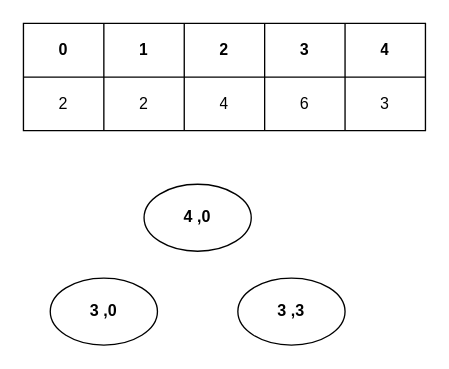
The draw.io diagram 0-1背包问题.drawio in ChrisFynnWang/algorithm, before the edit. Source tidied: cells renumbered, new cells numbered last; positions are measured from the earlier drawing's top-left corner, leaving out a move shared by most shapes. Both pictures are drawn from the tidied source at 134%, with x=0, y=0 at pixel (23, 23).
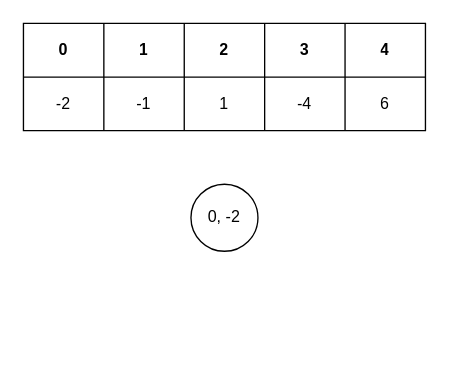
Above is the later version.

Commit message:
更新0-1背包问题.drawio

Diff of the diagram source:
```diff
@@
 <mxGraphModel>
   <root>
     <mxCell id="0" />
     <mxCell id="1" parent="0" />
     <mxCell id="2" style="shape=table;startSize=0;childLayout=tableLayout;" parent="1" vertex="1">
       <mxGeometry width="300" height="80" as="geometry" />
     </mxCell>
     <mxCell id="3" style="shape=tableRow;horizontal=0;startSize=0;swimlaneHead=0;swimlaneBody=0;top=0;left=0;bottom=0;right=0;fillColor=none;" parent="2" vertex="1">
       <mxGeometry width="300" height="40" as="geometry" />
     </mxCell>
     <mxCell id="4" value="0" style="shape=partialRectangle;html=1;whiteSpace=wrap;overflow=hidden;fillColor=none;top=0;left=0;bottom=0;right=0;fontStyle=1;" parent="3" vertex="1">
       <mxGeometry width="60" height="40" as="geometry" />
     </mxCell>
     <mxCell id="5" value="1" style="shape=partialRectangle;html=1;whiteSpace=wrap;overflow=hidden;fillColor=none;top=0;left=0;bottom=0;right=0;fontStyle=1;" parent="3" vertex="1">
       <mxGeometry x="60" width="60" height="40" as="geometry" />
     </mxCell>
     <mxCell id="6" value="2" style="shape=partialRectangle;html=1;whiteSpace=wrap;overflow=hidden;fillColor=none;top=0;left=0;bottom=0;right=0;fontStyle=1;" parent="3" vertex="1">
       <mxGeometry x="120" width="60" height="40" as="geometry" />
     </mxCell>
     <mxCell id="7" value="3" style="shape=partialRectangle;html=1;whiteSpace=wrap;overflow=hidden;fillColor=none;top=0;left=0;bottom=0;right=0;fontStyle=1;" parent="3" vertex="1">
       <mxGeometry x="180" width="60" height="40" as="geometry" />
     </mxCell>
     <mxCell id="8" value="4" style="shape=partialRectangle;html=1;whiteSpace=wrap;overflow=hidden;fillColor=none;top=0;left=0;bottom=0;right=0;fontStyle=1;" parent="3" vertex="1">
       <mxGeometry x="240" width="60" height="40" as="geometry" />
     </mxCell>
     <mxCell id="9" style="shape=tableRow;horizontal=0;startSize=0;swimlaneHead=0;swimlaneBody=0;top=0;left=0;bottom=0;right=0;fillColor=none;" parent="2" vertex="1">
       <mxGeometry y="40" width="300" height="40" as="geometry" />
     </mxCell>
-    <mxCell id="10" value="2" style="shape=partialRectangle;html=1;whiteSpace=wrap;overflow=hidden;fillColor=none;top=0;left=0;bottom=0;right=0;" parent="9" vertex="1">
+    <mxCell id="10" value="-2" style="shape=partialRectangle;html=1;whiteSpace=wrap;overflow=hidden;fillColor=none;top=0;left=0;bottom=0;right=0;" parent="9" vertex="1">
       <mxGeometry width="60" height="40" as="geometry" />
     </mxCell>
-    <mxCell id="11" value="2" style="shape=partialRectangle;html=1;whiteSpace=wrap;overflow=hidden;fillColor=none;top=0;left=0;bottom=0;right=0;" parent="9" vertex="1">
+    <mxCell id="11" value="-1" style="shape=partialRectangle;html=1;whiteSpace=wrap;overflow=hidden;fillColor=none;top=0;left=0;bottom=0;right=0;" parent="9" vertex="1">
       <mxGeometry x="60" width="60" height="40" as="geometry" />
     </mxCell>
-    <mxCell id="12" value="4" style="shape=partialRectangle;html=1;whiteSpace=wrap;overflow=hidden;fillColor=none;top=0;left=0;bottom=0;right=0;" parent="9" vertex="1">
+    <mxCell id="12" value="1" style="shape=partialRectangle;html=1;whiteSpace=wrap;overflow=hidden;fillColor=none;top=0;left=0;bottom=0;right=0;" parent="9" vertex="1">
       <mxGeometry x="120" width="60" height="40" as="geometry" />
     </mxCell>
-    <mxCell id="13" value="6" style="shape=partialRectangle;html=1;whiteSpace=wrap;overflow=hidden;fillColor=none;top=0;left=0;bottom=0;right=0;" parent="9" vertex="1">
+    <mxCell id="13" value="-4" style="shape=partialRectangle;html=1;whiteSpace=wrap;overflow=hidden;fillColor=none;top=0;left=0;bottom=0;right=0;" parent="9" vertex="1">
       <mxGeometry x="180" width="60" height="40" as="geometry" />
     </mxCell>
-    <mxCell id="14" value="3" style="shape=partialRectangle;html=1;whiteSpace=wrap;overflow=hidden;fillColor=none;top=0;left=0;bottom=0;right=0;" parent="9" vertex="1">
+    <mxCell id="14" value="6" style="shape=partialRectangle;html=1;whiteSpace=wrap;overflow=hidden;fillColor=none;top=0;left=0;bottom=0;right=0;" parent="9" vertex="1">
       <mxGeometry x="240" width="60" height="40" as="geometry" />
     </mxCell>
-    <mxCell id="15" value="4 ,0" style="ellipse;whiteSpace=wrap;html=1;fontStyle=1;" parent="1" vertex="1">
-      <mxGeometry x="90" y="120" width="80" height="50" as="geometry" />
-    </mxCell>
-    <mxCell id="16" value="3 ,0" style="ellipse;whiteSpace=wrap;html=1;fontStyle=1;" parent="1" vertex="1">
-      <mxGeometry x="20" y="190" width="80" height="50" as="geometry" />
-    </mxCell>
-    <mxCell id="17" value="3 ,3" style="ellipse;whiteSpace=wrap;html=1;fontStyle=1;" parent="1" vertex="1">
-      <mxGeometry x="160" y="190" width="80" height="50" as="geometry" />
-    </mxCell>
+    <mxCell id="18" value="0, -2" style="ellipse;whiteSpace=wrap;html=1;" parent="1" vertex="1">
+      <mxGeometry x="125" y="120" width="50" height="50" as="geometry" />
+    </mxCell>
   </root>
 </mxGraphModel>
```
